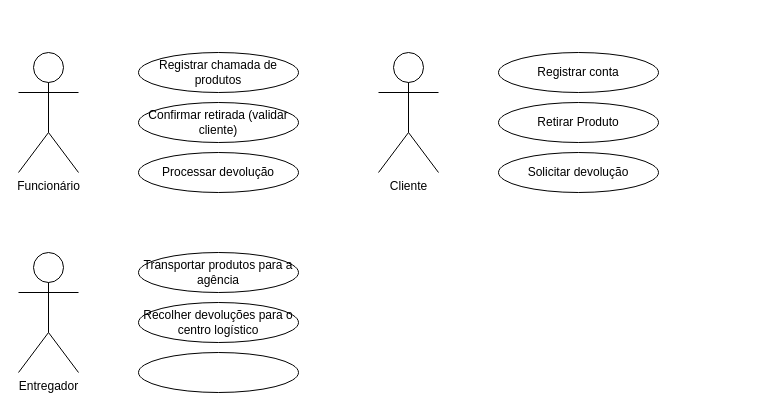
Leopoldofca/Unyleya_1Sem keeps this draw.io diagram as ESS_Atividade1.drawio. Above is the earlier version. Source tidied: cells renumbered, new cells numbered last; positions are measured from the earlier drawing's top-left corner, leaving out a move shared by most shapes. Both pictures are drawn from the tidied source at 100%, with x=0, y=0 at pixel (18, 52).
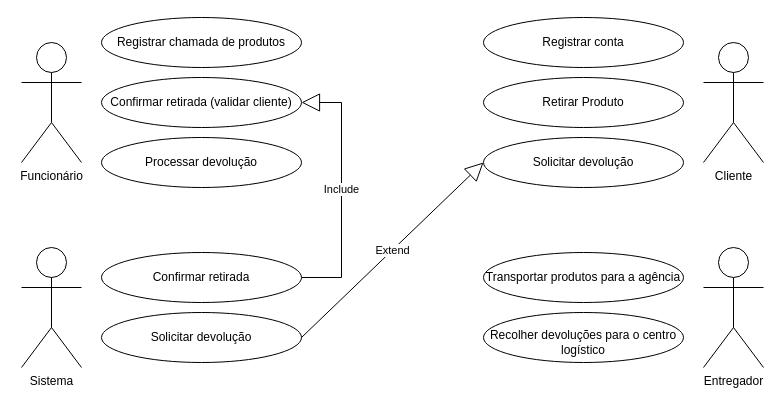
The same diagram, later.

Change to the diagram source:
```diff
@@
 <mxGraphModel>
   <root>
     <mxCell id="0" />
     <mxCell id="1" parent="0" />
     <mxCell id="2" value="Funcionário" style="shape=umlActor;verticalLabelPosition=bottom;verticalAlign=top;html=1;" parent="1" vertex="1">
-      <mxGeometry width="60" height="120" as="geometry" />
+      <mxGeometry x="3" y="-10" width="60" height="120" as="geometry" />
     </mxCell>
     <mxCell id="3" value="Entregador" style="shape=umlActor;verticalLabelPosition=bottom;verticalAlign=top;html=1;" parent="1" vertex="1">
-      <mxGeometry y="200" width="60" height="120" as="geometry" />
+      <mxGeometry x="685" y="195" width="60" height="120" as="geometry" />
     </mxCell>
     <mxCell id="4" value="Cliente" style="shape=umlActor;verticalLabelPosition=bottom;verticalAlign=top;html=1;" parent="1" vertex="1">
-      <mxGeometry x="360" width="60" height="120" as="geometry" />
+      <mxGeometry x="685" y="-10" width="60" height="120" as="geometry" />
     </mxCell>
     <mxCell id="5" value="Registrar conta" style="ellipse;whiteSpace=wrap;html=1;" parent="1" vertex="1">
-      <mxGeometry x="480" width="160" height="40" as="geometry" />
+      <mxGeometry x="465" y="-35" width="200" height="50" as="geometry" />
     </mxCell>
     <mxCell id="6" value="Retirar Produto" style="ellipse;whiteSpace=wrap;html=1;" parent="1" vertex="1">
-      <mxGeometry x="480" y="50" width="160" height="40" as="geometry" />
+      <mxGeometry x="465" y="25" width="200" height="50" as="geometry" />
     </mxCell>
     <mxCell id="7" value="Solicitar devolução" style="ellipse;whiteSpace=wrap;html=1;" parent="1" vertex="1">
-      <mxGeometry x="480" y="100" width="160" height="40" as="geometry" />
+      <mxGeometry x="465" y="85" width="200" height="50" as="geometry" />
     </mxCell>
     <mxCell id="8" value="Registrar chamada de produtos" style="ellipse;whiteSpace=wrap;html=1;" parent="1" vertex="1">
-      <mxGeometry x="120" width="160" height="40" as="geometry" />
+      <mxGeometry x="83" y="-35" width="200" height="50" as="geometry" />
     </mxCell>
     <mxCell id="9" value="Confirmar retirada (validar cliente)" style="ellipse;whiteSpace=wrap;html=1;" parent="1" vertex="1">
-      <mxGeometry x="120" y="50" width="160" height="40" as="geometry" />
+      <mxGeometry x="83" y="25" width="200" height="50" as="geometry" />
     </mxCell>
     <mxCell id="10" value="Processar devolução" style="ellipse;whiteSpace=wrap;html=1;" parent="1" vertex="1">
-      <mxGeometry x="120" y="100" width="160" height="40" as="geometry" />
+      <mxGeometry x="83" y="85" width="200" height="50" as="geometry" />
     </mxCell>
-    <mxCell id="11" value="Transportar produtos para a agência" style="ellipse;whiteSpace=wrap;html=1;" parent="1" vertex="1">
-      <mxGeometry x="120" y="200" width="160" height="40" as="geometry" />
+    <mxCell id="11" value="Transportar produtos para a agência" style="ellipse;whiteSpace=wrap;html=1;spacingTop=0;" parent="1" vertex="1">
+      <mxGeometry x="465" y="200" width="200" height="50" as="geometry" />
     </mxCell>
-    <mxCell id="12" value="Recolher devoluções para o centro logístico" style="ellipse;whiteSpace=wrap;html=1;" parent="1" vertex="1">
-      <mxGeometry x="120" y="250" width="160" height="40" as="geometry" />
+    <mxCell id="12" value="Recolher devoluções para o centro logístico" style="ellipse;whiteSpace=wrap;html=1;spacingTop=10;" parent="1" vertex="1">
+      <mxGeometry x="465" y="260" width="200" height="50" as="geometry" />
     </mxCell>
-    <mxCell id="13" style="ellipse;whiteSpace=wrap;html=1;" parent="1" vertex="1">
-      <mxGeometry x="120" y="300" width="160" height="40" as="geometry" />
-    </mxCell>
+    <mxCell id="14" value="Sistema" style="shape=umlActor;verticalLabelPosition=bottom;verticalAlign=top;html=1;" parent="1" vertex="1">
+      <mxGeometry x="3" y="195" width="60" height="120" as="geometry" />
+    </mxCell>
+    <mxCell id="15" value="Confirmar retirada" style="ellipse;whiteSpace=wrap;html=1;" parent="1" vertex="1">
+      <mxGeometry x="83" y="200" width="200" height="50" as="geometry" />
+    </mxCell>
+    <mxCell id="16" value="Solicitar devolução" style="ellipse;whiteSpace=wrap;html=1;" parent="1" vertex="1">
+      <mxGeometry x="83" y="260" width="200" height="50" as="geometry" />
+    </mxCell>
+    <mxCell id="17" value="Include" style="endArrow=block;endSize=16;endFill=0;html=1;rounded=0;exitX=1;exitY=0.5;exitDx=0;exitDy=0;entryX=1;entryY=0.5;entryDx=0;entryDy=0;" parent="1" edge="1" source="15" target="9">
+      <mxGeometry relative="1" as="geometry">
+        <Array as="points">
+          <mxPoint x="323" y="225" />
+          <mxPoint x="323" y="50" />
+        </Array>
+      </mxGeometry>
+    </mxCell>
+    <mxCell id="18" value="Extend" style="endArrow=block;endSize=16;endFill=0;html=1;rounded=0;exitX=1;exitY=0.5;exitDx=0;exitDy=0;entryX=0;entryY=0.5;entryDx=0;entryDy=0;" parent="1" edge="1" source="16" target="7">
+      <mxGeometry relative="1" as="geometry" />
+    </mxCell>
   </root>
 </mxGraphModel>
```
